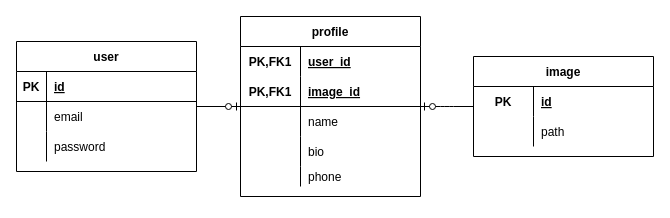
Earlier version of the draw.io diagram er.dio (shun0918/rails7-test). Source tidied: cells renumbered, new cells numbered last; positions are measured from the earlier drawing's top-left corner, leaving out a move shared by most shapes. Both pictures are drawn from the tidied source at 100%, with x=0, y=0 at pixel (16, 16).
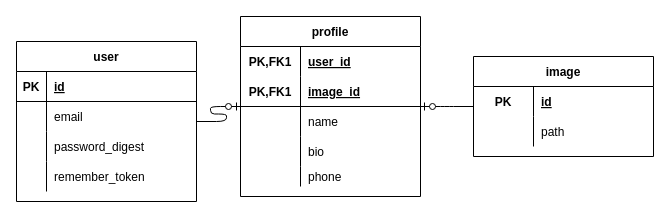
After the change.

Commit message (it also covers changes not shown here):
docs: Userモデル更新

Unchanged cells that the change refers to:
```xml
<mxCell id="9" style="shape=partialRectangle;fillColor=none;top=0;left=0;bottom=0;right=0;" parent="2" vertex="1">
  <mxGeometry y="90" width="180" height="30" as="geometry" />
</mxCell>
```

Diff of the diagram source:
```diff
@@
     <mxCell id="2" value="user" style="shape=table;startSize=30;childLayout=tableLayout;rowLines=0;fontStyle=1;align=center;" parent="1" vertex="1">
-      <mxGeometry y="25" width="180" height="130" as="geometry" />
+      <mxGeometry y="25" width="180" height="160" as="geometry" />
     </mxCell>
@@
-    <mxCell id="11" value="password" style="shape=partialRectangle;fillColor=none;top=0;left=0;bottom=0;right=0;align=left;spacingLeft=6;overflow=hidden;" parent="9" vertex="1">
+    <mxCell id="11" value="password_digest" style="shape=partialRectangle;fillColor=none;top=0;left=0;bottom=0;right=0;align=left;spacingLeft=6;overflow=hidden;" parent="9" vertex="1">
       <mxGeometry x="30" width="150" height="30" as="geometry" />
     </mxCell>
+    <mxCell id="37" style="shape=partialRectangle;fillColor=none;top=0;left=0;bottom=0;right=0;" parent="2" vertex="1">
+      <mxGeometry y="120" width="180" height="30" as="geometry" />
+    </mxCell>
+    <mxCell id="38" style="shape=partialRectangle;fillColor=none;top=0;left=0;bottom=0;right=0;overflow=hidden;" parent="37" vertex="1">
+      <mxGeometry width="30" height="30" as="geometry" />
+    </mxCell>
+    <mxCell id="39" value="remember_token" style="shape=partialRectangle;fillColor=none;top=0;left=0;bottom=0;right=0;align=left;spacingLeft=6;overflow=hidden;" parent="37" vertex="1">
+      <mxGeometry x="30" width="150" height="30" as="geometry" />
+    </mxCell>
```
